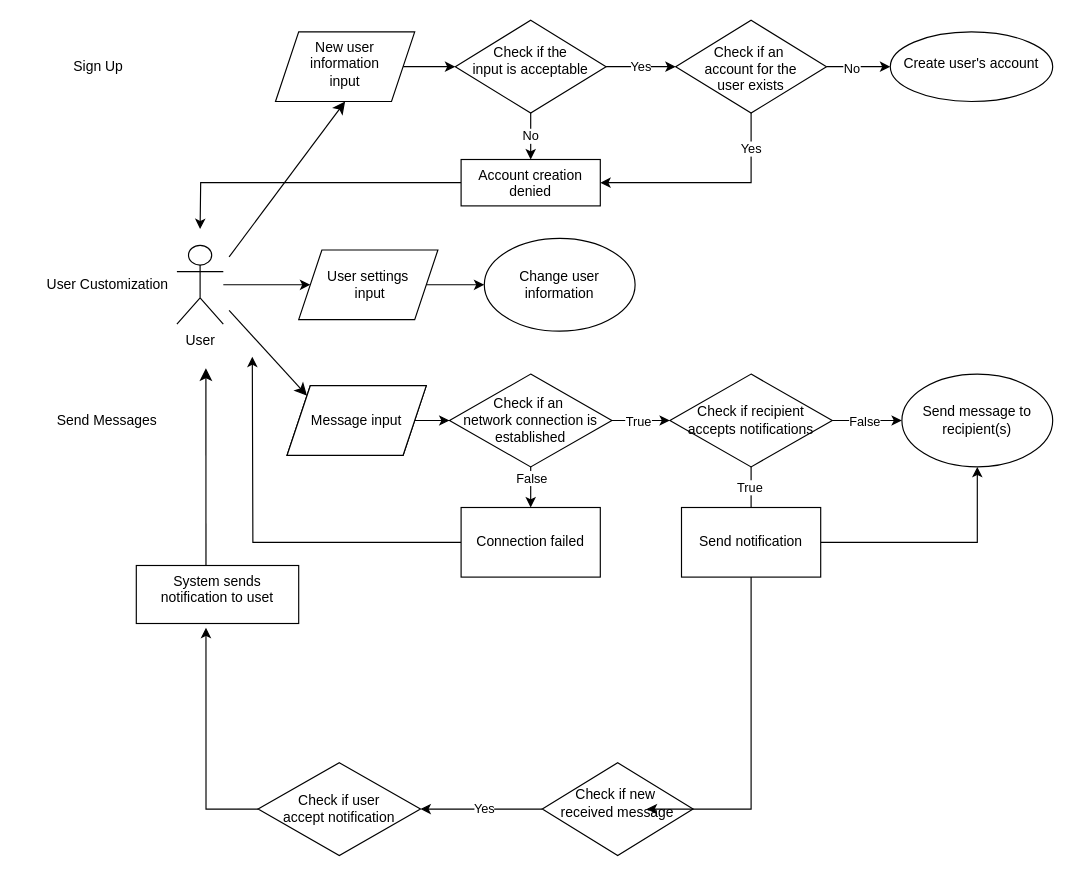
The draw.io diagram context.drawio in M4RL1M/CPSC-362-Chat-App-Project, before the edit. Source tidied: cells renumbered, new cells numbered last; positions are measured from the earlier drawing's top-left corner, leaving out a move shared by most shapes. Both pictures are drawn from the tidied source at 116%, with x=0, y=0 at pixel (20, 20).
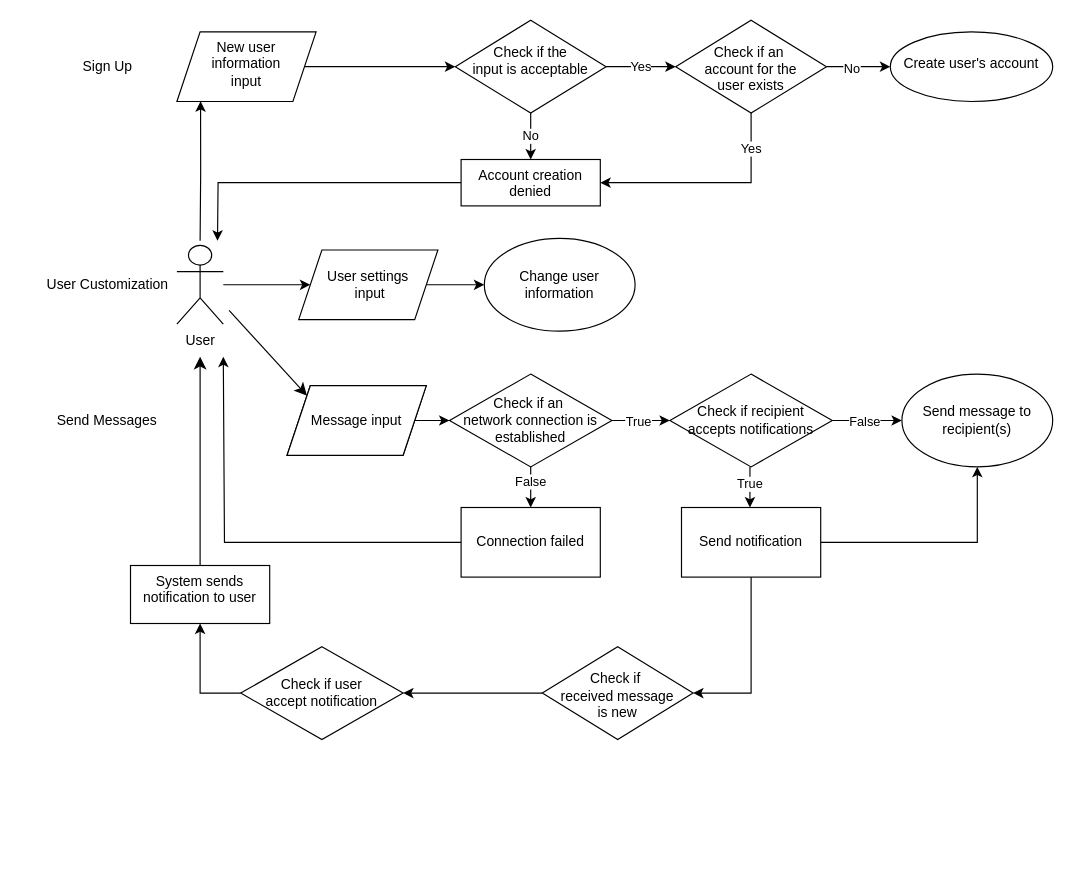
After the change.

The change refers to these unchanged cells:
```xml
<mxCell id="10" value="&lt;div&gt;&lt;span style=&quot;background-color: initial;&quot;&gt;Account creation denied&lt;/span&gt;&lt;br&gt;&lt;/div&gt;" style="whiteSpace=wrap;html=1;verticalAlign=top;" parent="1" vertex="1">
  <mxGeometry x="380" y="120" width="120" height="40" as="geometry" />
</mxCell>
<mxCell id="27" style="edgeStyle=orthogonalEdgeStyle;rounded=0;jettySize=auto;html=1;" parent="1" edge="1" source="31" target="34">
  <mxGeometry relative="1" as="geometry" />
</mxCell>
<mxCell id="34" value="Connection failed" style="whiteSpace=wrap;html=1;" parent="1" vertex="1">
  <mxGeometry x="380" y="420" width="120" height="60" as="geometry" />
</mxCell>
<mxCell id="44" value="Send notification" style="whiteSpace=wrap;html=1;" parent="1" vertex="1">
  <mxGeometry x="570" y="420" width="120" height="60" as="geometry" />
</mxCell>
```

The edit, as a diff of the source:
```diff
@@
     <mxCell id="2" value="Sign Up" style="text;html=1;align=center;verticalAlign=middle;strokeColor=none;fillColor=none;" parent="1" vertex="1">
-      <mxGeometry x="32" y="25" width="70" height="30" as="geometry" />
+      <mxGeometry x="40" y="25" width="70" height="30" as="geometry" />
     </mxCell>
@@
     <mxCell id="8" value="New user&lt;div&gt;information&lt;/div&gt;&lt;div&gt;input&lt;/div&gt;" style="shape=parallelogram;perimeter=parallelogramPerimeter;whiteSpace=wrap;html=1;fixedSize=1;verticalAlign=top;" parent="1" vertex="1">
-      <mxGeometry x="220" y="10" width="120" height="60" as="geometry" />
+      <mxGeometry x="135" y="10" width="120" height="60" as="geometry" />
     </mxCell>
-    <mxCell id="9" style="edgeStyle=orthogonalEdgeStyle;rounded=0;jettySize=auto;html=1;exitX=0;exitY=0.5;exitDx=0;exitDy=0;" parent="1" edge="1" source="10">
-      <mxGeometry relative="1" as="geometry">
-        <mxPoint x="155" y="180" as="targetPoint" />
-      </mxGeometry>
-    </mxCell>
+    <mxCell id="50" style="edgeStyle=orthogonalEdgeStyle;rounded=0;jettySize=auto;html=1;" parent="1" edge="1" source="10">
+      <mxGeometry relative="1" as="geometry">
+        <mxPoint x="170" y="190" as="targetPoint" />
+      </mxGeometry>
+    </mxCell>
@@
-    <mxCell id="16" style="edgeStyle=none;curved=1;rounded=0;jettySize=auto;html=1;entryX=0.5;entryY=1;entryDx=0;entryDy=0;fontSize=12;startSize=8;endSize=8;" parent="1" edge="1" target="8">
-      <mxGeometry relative="1" as="geometry">
-        <mxPoint x="180" y="204" as="sourcePoint" />
-      </mxGeometry>
-    </mxCell>
+    <mxCell id="51" style="edgeStyle=orthogonalEdgeStyle;rounded=0;jettySize=auto;html=1;entryX=0.17;entryY=0.997;entryDx=0;entryDy=0;entryPerimeter=0;" parent="1" edge="1" target="8">
+      <mxGeometry relative="1" as="geometry">
+        <mxPoint x="155" y="190" as="sourcePoint" />
+      </mxGeometry>
+    </mxCell>
@@
     <mxCell id="28" value="False" style="edgeLabel;html=1;align=center;verticalAlign=middle;" parent="27" vertex="1">
       <mxGeometry x="0.11" y="1" relative="1" as="geometry">
-        <mxPoint x="-1" y="-6" as="offset" />
+        <mxPoint x="-2" y="-3" as="offset" />
       </mxGeometry>
     </mxCell>
@@
     <mxCell id="33" style="edgeStyle=orthogonalEdgeStyle;rounded=0;jettySize=auto;html=1;exitX=0;exitY=0.5;exitDx=0;exitDy=0;" parent="1" edge="1" source="34">
       <mxGeometry relative="1" as="geometry">
-        <mxPoint x="200" y="290" as="targetPoint" />
+        <mxPoint x="175" y="290" as="targetPoint" />
+        <Array as="points">
+          <mxPoint x="176" y="450" />
+        </Array>
       </mxGeometry>
     </mxCell>
@@
-    <mxCell id="35" style="edgeStyle=orthogonalEdgeStyle;rounded=0;orthogonalLoop=1;jettySize=auto;html=1;" parent="1" edge="1">
-      <mxGeometry relative="1" as="geometry">
-        <mxPoint x="630" y="385" as="sourcePoint" />
-        <mxPoint x="630" y="430" as="targetPoint" />
-      </mxGeometry>
-    </mxCell>
-    <mxCell id="36" value="True" style="edgeLabel;html=1;align=center;verticalAlign=middle;" parent="35" vertex="1">
-      <mxGeometry x="-0.37" relative="1" as="geometry">
-        <mxPoint x="-2" y="3" as="offset" />
-      </mxGeometry>
-    </mxCell>
@@
+    <mxCell id="36" value="True" style="edgeStyle=orthogonalEdgeStyle;rounded=0;orthogonalLoop=1;jettySize=auto;html=1;exitX=0.5;exitY=1;exitDx=0;exitDy=0;entryX=0.5;entryY=0;entryDx=0;entryDy=0;" parent="1" edge="1">
+      <mxGeometry x="-0.14" relative="1" as="geometry">
+        <mxPoint x="629" y="385" as="sourcePoint" />
+        <mxPoint x="629" y="420" as="targetPoint" />
+      </mxGeometry>
+    </mxCell>
@@
+    <mxCell id="52" style="edgeStyle=orthogonalEdgeStyle;rounded=0;jettySize=auto;html=1;exitX=0;exitY=0.5;exitDx=0;exitDy=0;entryX=0.5;entryY=1;entryDx=0;entryDy=0;" parent="1" edge="1" source="41" target="45">
+      <mxGeometry relative="1" as="geometry" />
+    </mxCell>
     <mxCell id="41" value="Check if user&lt;div&gt;accept notification&lt;/div&gt;" style="rhombus;whiteSpace=wrap;html=1;" parent="1" vertex="1">
-      <mxGeometry x="205" y="640" width="140" height="80" as="geometry" />
+      <mxGeometry x="190" y="540" width="140" height="80" as="geometry" />
     </mxCell>
@@
-    <mxCell id="43" style="edgeStyle=none;curved=1;rounded=0;jettySize=auto;html=1;fontSize=12;startSize=8;endSize=8;exitX=0.429;exitY=0.007;exitDx=0;exitDy=0;exitPerimeter=0;" parent="1" edge="1" source="45">
+    <mxCell id="43" style="edgeStyle=none;curved=1;rounded=0;jettySize=auto;html=1;fontSize=12;startSize=8;endSize=8;exitX=0.5;exitY=0;exitDx=0;exitDy=0;" parent="1" edge="1" source="45">
       <mxGeometry relative="1" as="geometry">
-        <mxPoint x="160" y="300" as="targetPoint" />
+        <mxPoint x="155" y="290" as="targetPoint" />
       </mxGeometry>
     </mxCell>
+    <mxCell id="53" style="edgeStyle=orthogonalEdgeStyle;rounded=0;jettySize=auto;html=1;entryX=1;entryY=0.5;entryDx=0;entryDy=0;" parent="1" edge="1" source="44" target="48">
+      <mxGeometry relative="1" as="geometry" />
+    </mxCell>
@@
-    <mxCell id="45" value="&lt;div&gt;&lt;span style=&quot;background-color: initial;&quot;&gt;System sends&lt;/span&gt;&lt;/div&gt;&lt;div&gt;&lt;span style=&quot;background-color: initial;&quot;&gt;notification to uset&lt;/span&gt;&lt;/div&gt;" style="whiteSpace=wrap;html=1;verticalAlign=top;" parent="1" vertex="1">
-      <mxGeometry x="100" y="470" width="140" height="50" as="geometry" />
+    <mxCell id="45" value="&lt;div&gt;&lt;span style=&quot;background-color: initial;&quot;&gt;System sends&lt;/span&gt;&lt;/div&gt;&lt;div&gt;&lt;span style=&quot;background-color: initial;&quot;&gt;notification to user&lt;/span&gt;&lt;/div&gt;" style="whiteSpace=wrap;html=1;verticalAlign=top;" parent="1" vertex="1">
+      <mxGeometry x="95" y="470" width="120" height="50" as="geometry" />
     </mxCell>
@@
-    <mxCell id="47" style="edgeStyle=orthogonalEdgeStyle;rounded=0;jettySize=auto;html=1;entryX=0.429;entryY=1.073;entryDx=0;entryDy=0;entryPerimeter=0;" parent="1" edge="1" target="45">
-      <mxGeometry relative="1" as="geometry">
-        <mxPoint x="205" y="680" as="sourcePoint" />
-        <Array as="points">
-          <mxPoint x="160" y="680" />
-        </Array>
-      </mxGeometry>
-    </mxCell>
-    <mxCell id="48" value="&lt;div&gt;&lt;br&gt;&lt;/div&gt;&lt;div&gt;Check if new&amp;nbsp;&lt;br&gt;&lt;/div&gt;&lt;div&gt;received message&lt;/div&gt;" style="rhombus;whiteSpace=wrap;html=1;verticalAlign=top;" parent="1" vertex="1">
-      <mxGeometry x="450" y="640" width="130" height="80" as="geometry" />
+    <mxCell id="48" value="&lt;div&gt;&lt;br&gt;&lt;/div&gt;&lt;div&gt;Check if&amp;nbsp;&lt;br&gt;&lt;/div&gt;&lt;div&gt;received message&lt;/div&gt;&lt;div&gt;is new&lt;/div&gt;" style="rhombus;whiteSpace=wrap;html=1;verticalAlign=top;" parent="1" vertex="1">
+      <mxGeometry x="450" y="540" width="130" height="80" as="geometry" />
     </mxCell>
-    <mxCell id="49" value="Yes" style="edgeStyle=orthogonalEdgeStyle;rounded=0;jettySize=auto;html=1;exitX=0.5;exitY=1;exitDx=0;exitDy=0;" parent="1" edge="1" source="44">
-      <mxGeometry x="1" y="140" relative="1" as="geometry">
-        <mxPoint x="540" y="680" as="targetPoint" />
-        <Array as="points">
-          <mxPoint x="630" y="680" />
-        </Array>
-        <mxPoint x="-140" y="-140" as="offset" />
-      </mxGeometry>
-    </mxCell>
```
